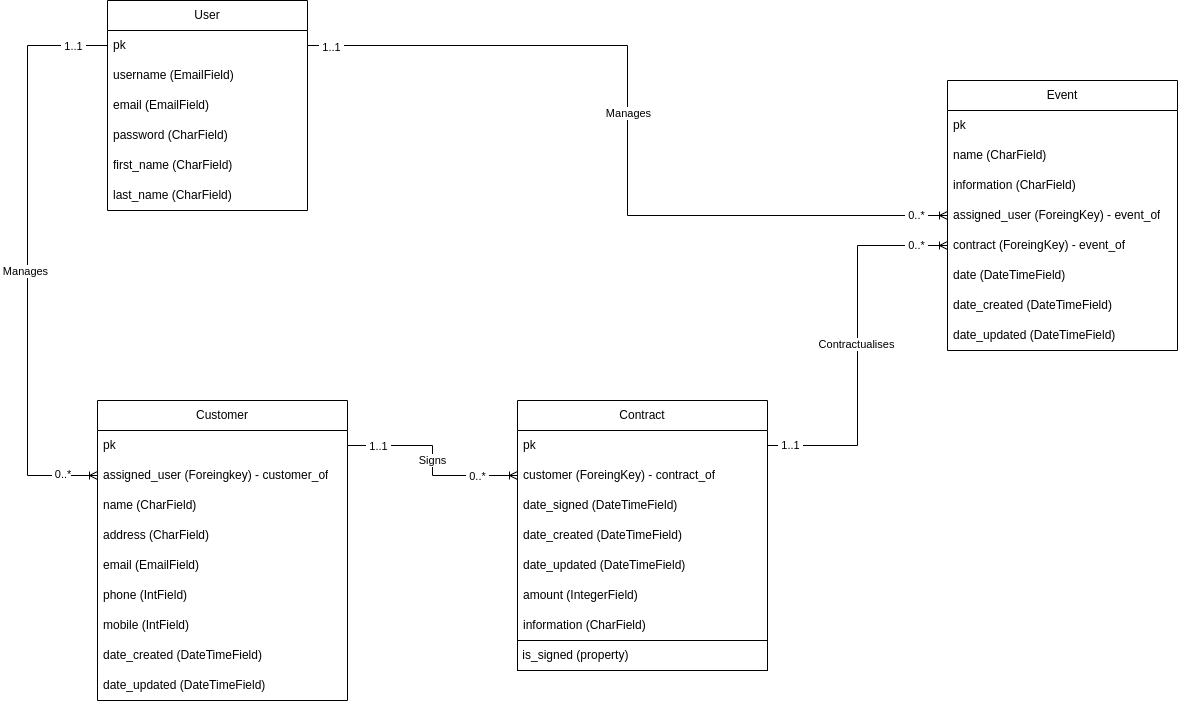
Before: logos/Diagram_Epic_events.png, a diagram exported from draw.io (flinguenheld/ocrp12.1). Source tidied: cells renumbered, new cells last; positions are measured from the earlier drawing's top-left corner, leaving out a move shared by most shapes. Source of this version:
```xml
<mxGraphModel>
  <root>
    <mxCell id="0" style="html=1;" />
    <mxCell id="1" style="html=1;" parent="0" />
    <mxCell id="2" value="User" style="swimlane;fontStyle=0;horizontal=1;startSize=30;whiteSpace=wrap;html=1;" parent="1" vertex="1">
      <mxGeometry x="80" width="200" height="210" as="geometry" />
    </mxCell>
    <mxCell id="3" value="pk" style="text;strokeColor=none;fillColor=none;align=left;verticalAlign=middle;spacingLeft=4;spacingRight=4;overflow=hidden;points=[[0,0.5],[1,0.5]];portConstraint=eastwest;whiteSpace=wrap;html=1;" parent="2" vertex="1">
      <mxGeometry y="30" width="200" height="30" as="geometry" />
    </mxCell>
    <mxCell id="4" value="username (EmailField)" style="text;strokeColor=none;fillColor=none;align=left;verticalAlign=middle;spacingLeft=4;spacingRight=4;overflow=hidden;whiteSpace=wrap;html=1;" parent="2" vertex="1">
      <mxGeometry y="60" width="200" height="30" as="geometry" />
    </mxCell>
    <mxCell id="5" value="email (EmailField)" style="text;strokeColor=none;fillColor=none;align=left;verticalAlign=middle;spacingLeft=4;spacingRight=4;overflow=hidden;whiteSpace=wrap;html=1;" parent="2" vertex="1">
      <mxGeometry y="90" width="200" height="30" as="geometry" />
    </mxCell>
    <mxCell id="6" value="password (CharField)" style="text;strokeColor=none;fillColor=none;align=left;verticalAlign=middle;spacingLeft=4;spacingRight=4;overflow=hidden;whiteSpace=wrap;html=1;" parent="2" vertex="1">
      <mxGeometry y="120" width="200" height="30" as="geometry" />
    </mxCell>
    <mxCell id="7" value="first_name (CharField)" style="text;strokeColor=none;fillColor=none;align=left;verticalAlign=middle;spacingLeft=4;spacingRight=4;overflow=hidden;whiteSpace=wrap;html=1;" parent="2" vertex="1">
      <mxGeometry y="150" width="200" height="30" as="geometry" />
    </mxCell>
    <mxCell id="8" value="last_name (CharField)" style="text;strokeColor=none;fillColor=none;align=left;verticalAlign=middle;spacingLeft=4;spacingRight=4;overflow=hidden;whiteSpace=wrap;html=1;" parent="2" vertex="1">
      <mxGeometry y="180" width="200" height="30" as="geometry" />
    </mxCell>
    <mxCell id="9" value="Customer" style="swimlane;fontStyle=0;horizontal=1;startSize=30;whiteSpace=wrap;html=1;" parent="1" vertex="1">
      <mxGeometry x="70" y="400" width="250" height="300" as="geometry" />
    </mxCell>
    <mxCell id="10" value="pk" style="text;strokeColor=none;fillColor=none;align=left;verticalAlign=middle;spacingLeft=4;spacingRight=4;overflow=hidden;points=[[0,0.5],[1,0.5]];portConstraint=eastwest;whiteSpace=wrap;html=1;" parent="9" vertex="1">
      <mxGeometry y="30" width="250" height="30" as="geometry" />
    </mxCell>
    <mxCell id="11" value="assigned_user (Foreingkey) - customer_of" style="text;strokeColor=none;fillColor=none;align=left;verticalAlign=middle;spacingLeft=4;spacingRight=4;overflow=hidden;points=[[0,0.5],[1,0.5]];portConstraint=eastwest;whiteSpace=wrap;html=1;" parent="9" vertex="1">
      <mxGeometry y="60" width="250" height="30" as="geometry" />
    </mxCell>
    <mxCell id="12" value="name (CharField)" style="text;strokeColor=none;fillColor=none;align=left;verticalAlign=middle;spacingLeft=4;spacingRight=4;overflow=hidden;whiteSpace=wrap;html=1;" parent="9" vertex="1">
      <mxGeometry y="90" width="250" height="30" as="geometry" />
    </mxCell>
    <mxCell id="13" value="address (CharField)" style="text;strokeColor=none;fillColor=none;align=left;verticalAlign=middle;spacingLeft=4;spacingRight=4;overflow=hidden;whiteSpace=wrap;html=1;" parent="9" vertex="1">
      <mxGeometry y="120" width="250" height="30" as="geometry" />
    </mxCell>
    <mxCell id="14" value="email (EmailField)" style="text;strokeColor=none;fillColor=none;align=left;verticalAlign=middle;spacingLeft=4;spacingRight=4;overflow=hidden;whiteSpace=wrap;html=1;" parent="9" vertex="1">
      <mxGeometry y="150" width="250" height="30" as="geometry" />
    </mxCell>
    <mxCell id="15" value="phone (IntField)" style="text;strokeColor=none;fillColor=none;align=left;verticalAlign=middle;spacingLeft=4;spacingRight=4;overflow=hidden;whiteSpace=wrap;html=1;" parent="9" vertex="1">
      <mxGeometry y="180" width="250" height="30" as="geometry" />
    </mxCell>
    <mxCell id="16" value="mobile (IntField)" style="text;strokeColor=none;fillColor=none;align=left;verticalAlign=middle;spacingLeft=4;spacingRight=4;overflow=hidden;whiteSpace=wrap;html=1;" parent="9" vertex="1">
      <mxGeometry y="210" width="250" height="30" as="geometry" />
    </mxCell>
    <mxCell id="17" value="date_created (DateTimeField)" style="text;strokeColor=none;fillColor=none;align=left;verticalAlign=middle;spacingLeft=4;spacingRight=4;overflow=hidden;whiteSpace=wrap;html=1;" parent="9" vertex="1">
      <mxGeometry y="240" width="250" height="30" as="geometry" />
    </mxCell>
    <mxCell id="18" value="date_updated (DateTimeField)" style="text;strokeColor=none;fillColor=none;align=left;verticalAlign=middle;spacingLeft=4;spacingRight=4;overflow=hidden;whiteSpace=wrap;html=1;" parent="9" vertex="1">
      <mxGeometry y="270" width="250" height="30" as="geometry" />
    </mxCell>
    <mxCell id="19" value="Event" style="swimlane;fontStyle=0;horizontal=1;startSize=30;whiteSpace=wrap;html=1;" parent="1" vertex="1">
      <mxGeometry x="920" y="80" width="230" height="270" as="geometry" />
    </mxCell>
    <mxCell id="20" value="pk" style="text;strokeColor=none;fillColor=none;align=left;verticalAlign=middle;spacingLeft=4;spacingRight=4;overflow=hidden;whiteSpace=wrap;html=1;" parent="19" vertex="1">
      <mxGeometry y="30" width="230" height="30" as="geometry" />
    </mxCell>
    <mxCell id="21" value="name (CharField)" style="text;strokeColor=none;fillColor=none;align=left;verticalAlign=middle;spacingLeft=4;spacingRight=4;overflow=hidden;whiteSpace=wrap;html=1;" parent="19" vertex="1">
      <mxGeometry y="60" width="230" height="30" as="geometry" />
    </mxCell>
    <mxCell id="22" value="information (CharField)" style="text;strokeColor=none;fillColor=none;align=left;verticalAlign=middle;spacingLeft=4;spacingRight=4;overflow=hidden;whiteSpace=wrap;html=1;" parent="19" vertex="1">
      <mxGeometry y="90" width="230" height="30" as="geometry" />
    </mxCell>
    <mxCell id="23" value="assigned_user (ForeingKey) - event_of" style="text;strokeColor=none;fillColor=none;align=left;verticalAlign=middle;spacingLeft=4;spacingRight=4;overflow=hidden;points=[[0,0.5],[1,0.5]];portConstraint=eastwest;whiteSpace=wrap;html=1;" parent="19" vertex="1">
      <mxGeometry y="120" width="230" height="30" as="geometry" />
    </mxCell>
    <mxCell id="24" value="contract (ForeingKey) - event_of" style="text;strokeColor=none;fillColor=none;align=left;verticalAlign=middle;spacingLeft=4;spacingRight=4;overflow=hidden;points=[[0,0.5],[1,0.5]];portConstraint=eastwest;whiteSpace=wrap;html=1;" parent="19" vertex="1">
      <mxGeometry y="150" width="230" height="30" as="geometry" />
    </mxCell>
    <mxCell id="25" value="date (DateTimeField)" style="text;strokeColor=none;fillColor=none;align=left;verticalAlign=middle;spacingLeft=4;spacingRight=4;overflow=hidden;whiteSpace=wrap;html=1;" parent="19" vertex="1">
      <mxGeometry y="180" width="230" height="30" as="geometry" />
    </mxCell>
    <mxCell id="26" value="date_created (DateTimeField)" style="text;strokeColor=none;fillColor=none;align=left;verticalAlign=middle;spacingLeft=4;spacingRight=4;overflow=hidden;whiteSpace=wrap;html=1;" parent="19" vertex="1">
      <mxGeometry y="210" width="230" height="30" as="geometry" />
    </mxCell>
    <mxCell id="27" value="date_updated (DateTimeField)" style="text;strokeColor=none;fillColor=none;align=left;verticalAlign=middle;spacingLeft=4;spacingRight=4;overflow=hidden;whiteSpace=wrap;html=1;" parent="19" vertex="1">
      <mxGeometry y="240" width="230" height="30" as="geometry" />
    </mxCell>
    <mxCell id="28" value="Contract" style="swimlane;fontStyle=0;horizontal=1;startSize=30;whiteSpace=wrap;html=1;" parent="1" vertex="1">
      <mxGeometry x="490" y="400" width="250" height="270" as="geometry" />
    </mxCell>
    <mxCell id="29" value="pk" style="text;strokeColor=none;fillColor=none;align=left;verticalAlign=middle;spacingLeft=4;spacingRight=4;overflow=hidden;points=[[0,0.5],[1,0.5]];portConstraint=eastwest;whiteSpace=wrap;html=1;" parent="28" vertex="1">
      <mxGeometry y="30" width="250" height="30" as="geometry" />
    </mxCell>
    <mxCell id="30" value="customer (ForeingKey) - contract_of" style="text;strokeColor=none;fillColor=none;align=left;verticalAlign=middle;spacingLeft=4;spacingRight=4;overflow=hidden;points=[[0,0.5],[1,0.5]];portConstraint=eastwest;whiteSpace=wrap;html=1;" parent="28" vertex="1">
      <mxGeometry y="60" width="250" height="30" as="geometry" />
    </mxCell>
    <mxCell id="31" value="date_signed (DateTimeField)" style="text;strokeColor=none;fillColor=none;align=left;verticalAlign=middle;spacingLeft=4;spacingRight=4;overflow=hidden;whiteSpace=wrap;html=1;" parent="28" vertex="1">
      <mxGeometry y="90" width="250" height="30" as="geometry" />
    </mxCell>
    <mxCell id="32" value="date_created (DateTimeField)" style="text;strokeColor=none;fillColor=none;align=left;verticalAlign=middle;spacingLeft=4;spacingRight=4;overflow=hidden;whiteSpace=wrap;html=1;" parent="28" vertex="1">
      <mxGeometry y="120" width="250" height="30" as="geometry" />
    </mxCell>
    <mxCell id="33" value="date_updated (DateTimeField)" style="text;strokeColor=none;fillColor=none;align=left;verticalAlign=middle;spacingLeft=4;spacingRight=4;overflow=hidden;whiteSpace=wrap;html=1;" parent="28" vertex="1">
      <mxGeometry y="150" width="250" height="30" as="geometry" />
    </mxCell>
    <mxCell id="34" value="amount (IntegerField)" style="text;strokeColor=none;fillColor=none;align=left;verticalAlign=middle;spacingLeft=4;spacingRight=4;overflow=hidden;whiteSpace=wrap;html=1;" parent="28" vertex="1">
      <mxGeometry y="180" width="250" height="30" as="geometry" />
    </mxCell>
    <mxCell id="35" value="information (CharField)" style="text;strokeColor=none;fillColor=none;align=left;verticalAlign=middle;spacingLeft=4;spacingRight=4;overflow=hidden;whiteSpace=wrap;html=1;" parent="28" vertex="1">
      <mxGeometry y="210" width="250" height="30" as="geometry" />
    </mxCell>
    <mxCell id="36" value="&amp;nbsp;is_signed (property)" style="rounded=0;whiteSpace=wrap;html=1;align=left;" parent="28" vertex="1">
      <mxGeometry y="240" width="250" height="30" as="geometry" />
    </mxCell>
    <mxCell id="37" style="edgeStyle=orthogonalEdgeStyle;rounded=0;jettySize=auto;html=1;entryX=1;entryY=0.5;entryDx=0;entryDy=0;endArrow=none;endFill=0;startArrow=ERoneToMany;startFill=0;" parent="1" edge="1" source="30" target="10">
      <mxGeometry relative="1" as="geometry" />
    </mxCell>
    <mxCell id="38" value="&amp;nbsp;Signs&amp;nbsp;" style="edgeLabel;html=1;align=center;verticalAlign=middle;" parent="37" vertex="1">
      <mxGeometry x="0.09" relative="1" as="geometry">
        <mxPoint x="-1" y="8" as="offset" />
      </mxGeometry>
    </mxCell>
    <mxCell id="39" value="&amp;nbsp;1..1&amp;nbsp;" style="edgeLabel;html=1;align=center;verticalAlign=middle;" parent="37" vertex="1">
      <mxGeometry x="0.77" relative="1" as="geometry">
        <mxPoint x="7" as="offset" />
      </mxGeometry>
    </mxCell>
    <mxCell id="40" value="&amp;nbsp;0..*&amp;nbsp;" style="edgeLabel;html=1;align=center;verticalAlign=middle;" parent="37" vertex="1">
      <mxGeometry x="-0.79" relative="1" as="geometry">
        <mxPoint x="-19" as="offset" />
      </mxGeometry>
    </mxCell>
    <mxCell id="41" style="edgeStyle=orthogonalEdgeStyle;rounded=0;jettySize=auto;html=1;entryX=0;entryY=0.5;entryDx=0;entryDy=0;endArrow=ERoneToMany;endFill=0;" parent="1" edge="1" source="29" target="24">
      <mxGeometry relative="1" as="geometry" />
    </mxCell>
    <mxCell id="42" value="Contractualises" style="edgeLabel;html=1;align=center;verticalAlign=middle;" parent="41" vertex="1">
      <mxGeometry x="0.05" y="2" relative="1" as="geometry">
        <mxPoint y="7" as="offset" />
      </mxGeometry>
    </mxCell>
    <mxCell id="43" value="&amp;nbsp;1..1&amp;nbsp;" style="edgeLabel;html=1;align=center;verticalAlign=middle;" parent="41" vertex="1">
      <mxGeometry x="-0.89" y="1" relative="1" as="geometry" />
    </mxCell>
    <mxCell id="44" value="&amp;nbsp;0..*&amp;nbsp;" style="edgeLabel;html=1;align=center;verticalAlign=middle;" parent="41" vertex="1">
      <mxGeometry x="0.86" y="1" relative="1" as="geometry">
        <mxPoint x="-6" as="offset" />
      </mxGeometry>
    </mxCell>
    <mxCell id="45" style="edgeStyle=orthogonalEdgeStyle;rounded=0;jettySize=auto;html=1;endArrow=ERoneToMany;endFill=0;" parent="1" edge="1" source="3" target="23">
      <mxGeometry relative="1" as="geometry" />
    </mxCell>
    <mxCell id="46" value="&amp;nbsp;Manages&amp;nbsp;" style="edgeLabel;html=1;align=center;verticalAlign=middle;" parent="45" vertex="1">
      <mxGeometry x="-0.04" relative="1" as="geometry" />
    </mxCell>
    <mxCell id="47" value="&amp;nbsp;1..1&amp;nbsp;" style="edgeLabel;html=1;align=center;verticalAlign=middle;" parent="45" vertex="1">
      <mxGeometry x="-0.94" y="-1" relative="1" as="geometry" />
    </mxCell>
    <mxCell id="48" value="&amp;nbsp;0..*&amp;nbsp;" style="edgeLabel;html=1;align=center;verticalAlign=middle;" parent="45" vertex="1">
      <mxGeometry x="0.92" y="1" relative="1" as="geometry" />
    </mxCell>
    <mxCell id="49" style="edgeStyle=orthogonalEdgeStyle;rounded=0;jettySize=auto;html=1;entryX=0;entryY=0.5;entryDx=0;entryDy=0;startArrow=none;startFill=0;endArrow=ERoneToMany;endFill=0;" parent="1" edge="1" source="3" target="11">
      <mxGeometry relative="1" as="geometry">
        <Array as="points">
          <mxPoint y="45" />
          <mxPoint y="475" />
        </Array>
      </mxGeometry>
    </mxCell>
    <mxCell id="50" value="&amp;nbsp;Manages&amp;nbsp;" style="edgeLabel;html=1;align=center;verticalAlign=middle;" parent="49" vertex="1">
      <mxGeometry x="0.05" y="-3" relative="1" as="geometry" />
    </mxCell>
    <mxCell id="51" value="&amp;nbsp;1..1&amp;nbsp;" style="edgeLabel;html=1;align=center;verticalAlign=middle;" parent="49" vertex="1">
      <mxGeometry x="-0.88" relative="1" as="geometry" />
    </mxCell>
    <mxCell id="52" value="&amp;nbsp;0..*" style="edgeLabel;html=1;align=center;verticalAlign=middle;" parent="49" vertex="1">
      <mxGeometry x="0.8" y="2" relative="1" as="geometry">
        <mxPoint x="21" as="offset" />
      </mxGeometry>
    </mxCell>
  </root>
</mxGraphModel>
```
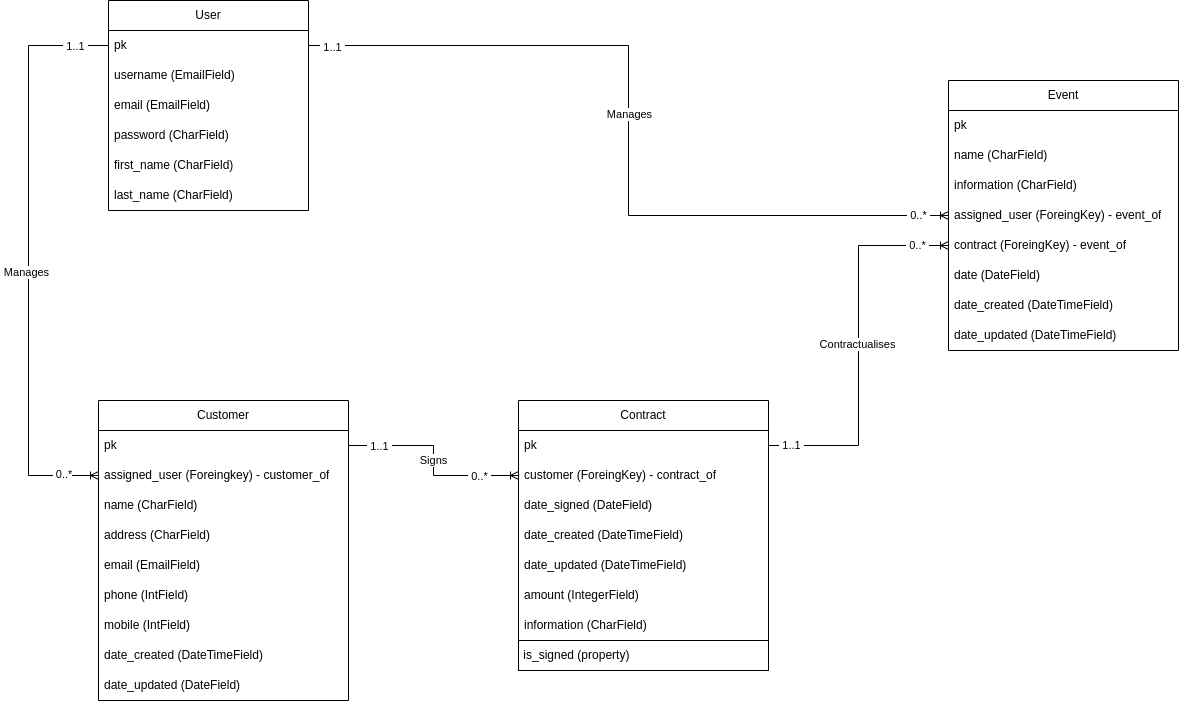
The same file after the commit.

The edit, as a diff of the source:
```diff
@@ -50,7 +50,7 @@
     <mxCell id="17" value="date_created (DateTimeField)" style="text;strokeColor=none;fillColor=none;align=left;verticalAlign=middle;spacingLeft=4;spacingRight=4;overflow=hidden;whiteSpace=wrap;html=1;" parent="9" vertex="1">
       <mxGeometry y="240" width="250" height="30" as="geometry" />
     </mxCell>
-    <mxCell id="18" value="date_updated (DateTimeField)" style="text;strokeColor=none;fillColor=none;align=left;verticalAlign=middle;spacingLeft=4;spacingRight=4;overflow=hidden;whiteSpace=wrap;html=1;" parent="9" vertex="1">
+    <mxCell id="18" value="date_updated (DateField)" style="text;strokeColor=none;fillColor=none;align=left;verticalAlign=middle;spacingLeft=4;spacingRight=4;overflow=hidden;whiteSpace=wrap;html=1;" parent="9" vertex="1">
       <mxGeometry y="270" width="250" height="30" as="geometry" />
     </mxCell>
     <mxCell id="19" value="Event" style="swimlane;fontStyle=0;horizontal=1;startSize=30;whiteSpace=wrap;html=1;" parent="1" vertex="1">
@@ -71,7 +71,7 @@
     <mxCell id="24" value="contract (ForeingKey) - event_of" style="text;strokeColor=none;fillColor=none;align=left;verticalAlign=middle;spacingLeft=4;spacingRight=4;overflow=hidden;points=[[0,0.5],[1,0.5]];portConstraint=eastwest;whiteSpace=wrap;html=1;" parent="19" vertex="1">
       <mxGeometry y="150" width="230" height="30" as="geometry" />
     </mxCell>
-    <mxCell id="25" value="date (DateTimeField)" style="text;strokeColor=none;fillColor=none;align=left;verticalAlign=middle;spacingLeft=4;spacingRight=4;overflow=hidden;whiteSpace=wrap;html=1;" parent="19" vertex="1">
+    <mxCell id="25" value="date (DateField)" style="text;strokeColor=none;fillColor=none;align=left;verticalAlign=middle;spacingLeft=4;spacingRight=4;overflow=hidden;whiteSpace=wrap;html=1;" parent="19" vertex="1">
       <mxGeometry y="180" width="230" height="30" as="geometry" />
     </mxCell>
     <mxCell id="26" value="date_created (DateTimeField)" style="text;strokeColor=none;fillColor=none;align=left;verticalAlign=middle;spacingLeft=4;spacingRight=4;overflow=hidden;whiteSpace=wrap;html=1;" parent="19" vertex="1">
@@ -89,7 +89,7 @@
     <mxCell id="30" value="customer (ForeingKey) - contract_of" style="text;strokeColor=none;fillColor=none;align=left;verticalAlign=middle;spacingLeft=4;spacingRight=4;overflow=hidden;points=[[0,0.5],[1,0.5]];portConstraint=eastwest;whiteSpace=wrap;html=1;" parent="28" vertex="1">
       <mxGeometry y="60" width="250" height="30" as="geometry" />
     </mxCell>
-    <mxCell id="31" value="date_signed (DateTimeField)" style="text;strokeColor=none;fillColor=none;align=left;verticalAlign=middle;spacingLeft=4;spacingRight=4;overflow=hidden;whiteSpace=wrap;html=1;" parent="28" vertex="1">
+    <mxCell id="31" value="date_signed (DateField)" style="text;strokeColor=none;fillColor=none;align=left;verticalAlign=middle;spacingLeft=4;spacingRight=4;overflow=hidden;whiteSpace=wrap;html=1;" parent="28" vertex="1">
       <mxGeometry y="90" width="250" height="30" as="geometry" />
     </mxCell>
     <mxCell id="32" value="date_created (DateTimeField)" style="text;strokeColor=none;fillColor=none;align=left;verticalAlign=middle;spacingLeft=4;spacingRight=4;overflow=hidden;whiteSpace=wrap;html=1;" parent="28" vertex="1">
```
